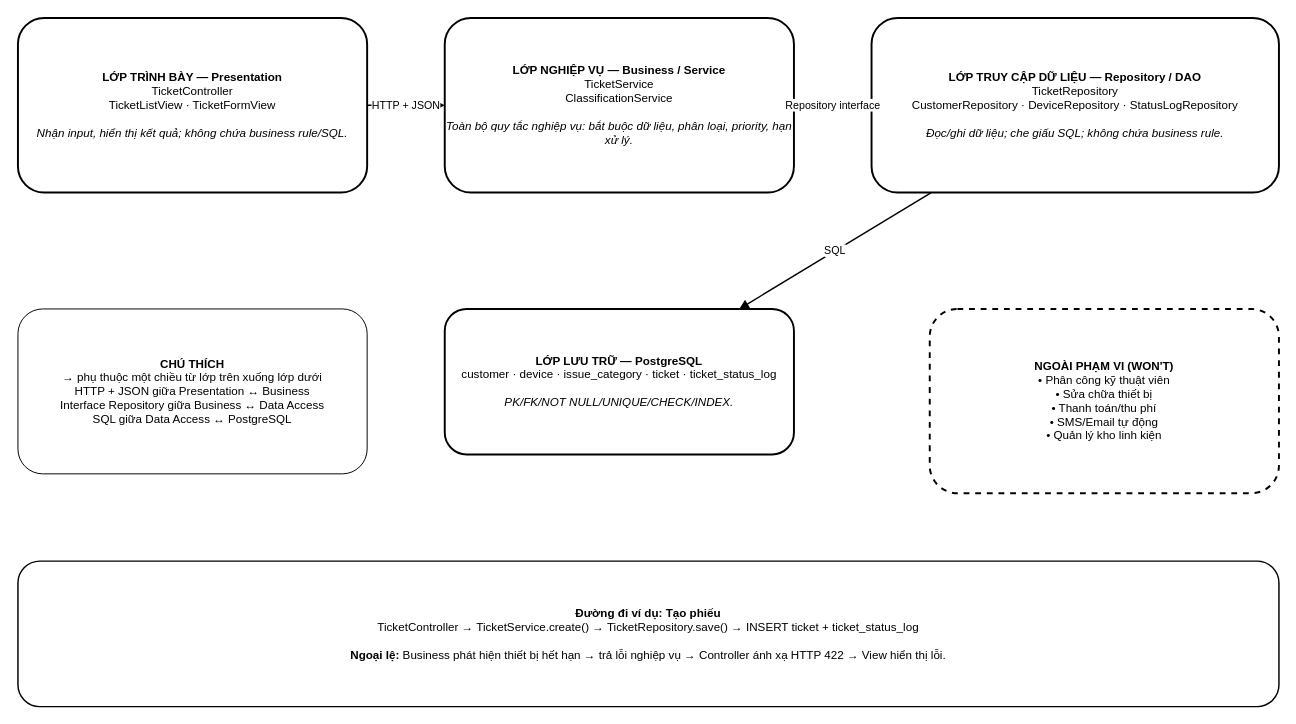
Earlier version of the draw.io diagram docs/architecture.drawio (NguyenGiaHuy1608/cdtn1-nguyengiahuy-l2). Source tidied: cells renumbered, new cells numbered last; positions are measured from the earlier drawing's top-left corner, leaving out a move shared by most shapes. Both pictures are drawn from the tidied source at 97%, with x=0, y=0 at pixel (17, 17).
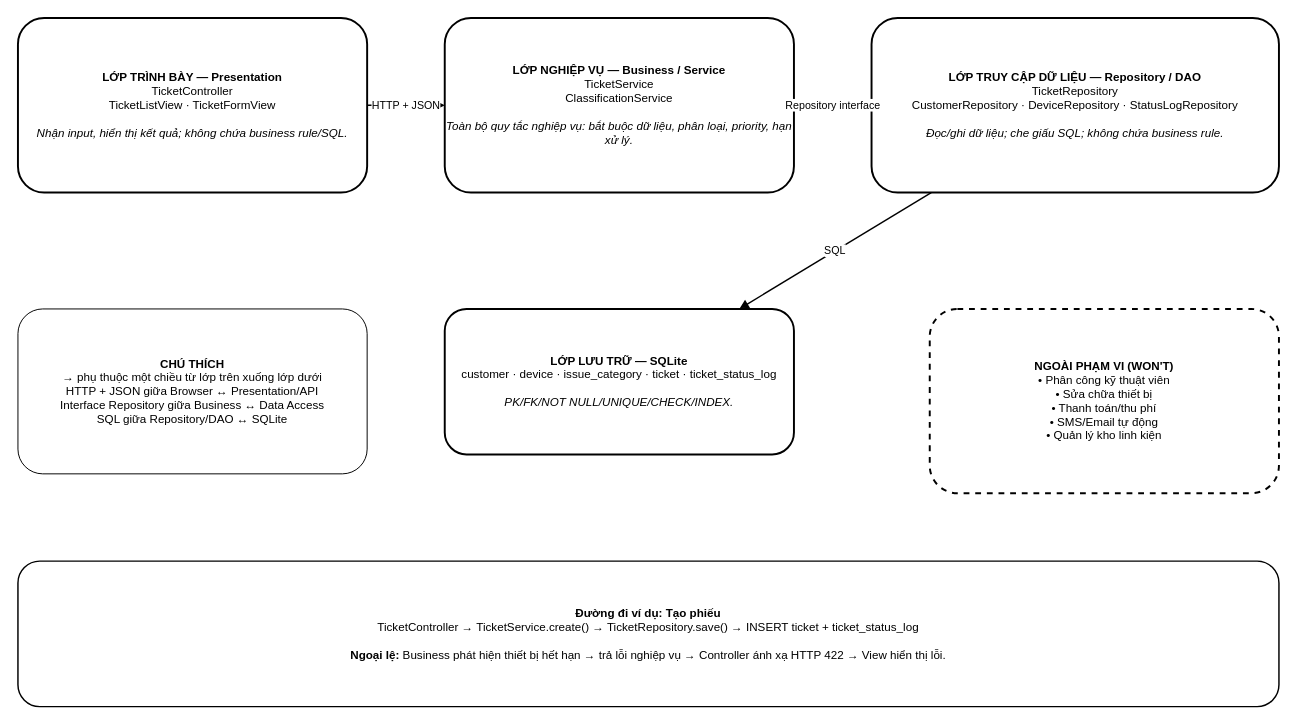
After the change.

Change to the diagram source:
```diff
@@
 <mxGraphModel>
   <root>
     <mxCell id="0" />
     <mxCell id="1" parent="0" />
     <mxCell id="2" value="&lt;b&gt;LỚP TRÌNH BÀY — Presentation&lt;/b&gt;&lt;br/&gt;TicketController&lt;br/&gt;TicketListView · TicketFormView&lt;br/&gt;&lt;br/&gt;&lt;i&gt;Nhận input, hiển thị kết quả; không chứa business rule/SQL.&lt;/i&gt;" style="rounded=1;whiteSpace=wrap;html=1;strokeWidth=2;" parent="1" vertex="1">
       <mxGeometry width="360" height="180" as="geometry" />
     </mxCell>
     <mxCell id="3" value="&lt;b&gt;LỚP NGHIỆP VỤ — Business / Service&lt;/b&gt;&lt;br/&gt;TicketService&lt;br/&gt;ClassificationService&lt;br/&gt;&lt;br/&gt;&lt;i&gt;Toàn bộ quy tắc nghiệp vụ: bắt buộc dữ liệu, phân loại, priority, hạn xử lý.&lt;/i&gt;" style="rounded=1;whiteSpace=wrap;html=1;strokeWidth=2;" parent="1" vertex="1">
       <mxGeometry x="440" width="360" height="180" as="geometry" />
     </mxCell>
     <mxCell id="4" value="&lt;b&gt;LỚP TRUY CẬP DỮ LIỆU — Repository / DAO&lt;/b&gt;&lt;br/&gt;TicketRepository&lt;br/&gt;CustomerRepository · DeviceRepository · StatusLogRepository&lt;br/&gt;&lt;br/&gt;&lt;i&gt;Đọc/ghi dữ liệu; che giấu SQL; không chứa business rule.&lt;/i&gt;" style="rounded=1;whiteSpace=wrap;html=1;strokeWidth=2;" parent="1" vertex="1">
       <mxGeometry x="880" width="420" height="180" as="geometry" />
     </mxCell>
-    <mxCell id="5" value="&lt;b&gt;LỚP LƯU TRỮ — PostgreSQL&lt;/b&gt;&lt;br/&gt;customer · device · issue_category · ticket · ticket_status_log&lt;br/&gt;&lt;br/&gt;&lt;i&gt;PK/FK/NOT NULL/UNIQUE/CHECK/INDEX.&lt;/i&gt;" style="rounded=1;whiteSpace=wrap;html=1;strokeWidth=2;" parent="1" vertex="1">
+    <mxCell id="5" value="&lt;b&gt;LỚP LƯU TRỮ — SQLite&lt;/b&gt;&lt;br/&gt;customer · device · issue_category · ticket · ticket_status_log&lt;br/&gt;&lt;br/&gt;&lt;i&gt;PK/FK/NOT NULL/UNIQUE/CHECK/INDEX.&lt;/i&gt;" style="rounded=1;whiteSpace=wrap;html=1;strokeWidth=2;" parent="1" vertex="1">
       <mxGeometry x="440" y="300" width="360" height="150" as="geometry" />
     </mxCell>
     <mxCell id="6" value="&lt;b&gt;NGOÀI PHẠM VI (WON'T)&lt;/b&gt;&lt;br/&gt;• Phân công kỹ thuật viên&lt;br/&gt;• Sửa chữa thiết bị&lt;br/&gt;• Thanh toán/thu phí&lt;br/&gt;• SMS/Email tự động&lt;br/&gt;• Quản lý kho linh kiện" style="rounded=1;dashed=1;whiteSpace=wrap;html=1;strokeWidth=2;" parent="1" vertex="1">
       <mxGeometry x="940" y="300" width="360" height="190" as="geometry" />
     </mxCell>
-    <mxCell id="7" value="&lt;b&gt;CHÚ THÍCH&lt;/b&gt;&lt;br/&gt;→ phụ thuộc một chiều từ lớp trên xuống lớp dưới&lt;br/&gt;HTTP + JSON giữa Presentation ↔ Business&lt;br/&gt;Interface Repository giữa Business ↔ Data Access&lt;br/&gt;SQL giữa Data Access ↔ PostgreSQL" style="rounded=1;whiteSpace=wrap;html=1;" parent="1" vertex="1">
+    <mxCell id="7" value="&lt;b&gt;CHÚ THÍCH&lt;/b&gt;&lt;br/&gt;→ phụ thuộc một chiều từ lớp trên xuống lớp dưới&lt;br/&gt;HTTP + JSON giữa Browser ↔ Presentation/API&lt;br/&gt;Interface Repository giữa Business ↔ Data Access&lt;br/&gt;SQL giữa Repository/DAO ↔ SQLite" style="rounded=1;whiteSpace=wrap;html=1;" parent="1" vertex="1">
       <mxGeometry y="300" width="360" height="170" as="geometry" />
     </mxCell>
     <mxCell id="8" value="HTTP + JSON" style="endArrow=block;html=1;strokeWidth=1.5;" parent="1" edge="1" source="2" target="3">
       <mxGeometry relative="1" as="geometry" />
     </mxCell>
     <mxCell id="9" value="Repository interface" style="endArrow=block;html=1;strokeWidth=1.5;" parent="1" edge="1" source="3" target="4">
       <mxGeometry relative="1" as="geometry" />
     </mxCell>
     <mxCell id="10" value="SQL" style="endArrow=block;html=1;strokeWidth=1.5;" parent="1" edge="1" source="4" target="5">
       <mxGeometry relative="1" as="geometry" />
     </mxCell>
     <mxCell id="11" value="&lt;b&gt;Đường đi ví dụ: Tạo phiếu&lt;/b&gt;&lt;br/&gt;TicketController → TicketService.create() → TicketRepository.save() → INSERT ticket + ticket_status_log&lt;br/&gt;&lt;br/&gt;&lt;b&gt;Ngoại lệ:&lt;/b&gt; Business phát hiện thiết bị hết hạn → trả lỗi nghiệp vụ → Controller ánh xạ HTTP 422 → View hiển thị lỗi." style="rounded=1;whiteSpace=wrap;html=1;strokeWidth=1.5;" parent="1" vertex="1">
       <mxGeometry y="560" width="1300" height="150" as="geometry" />
     </mxCell>
   </root>
 </mxGraphModel>
```
